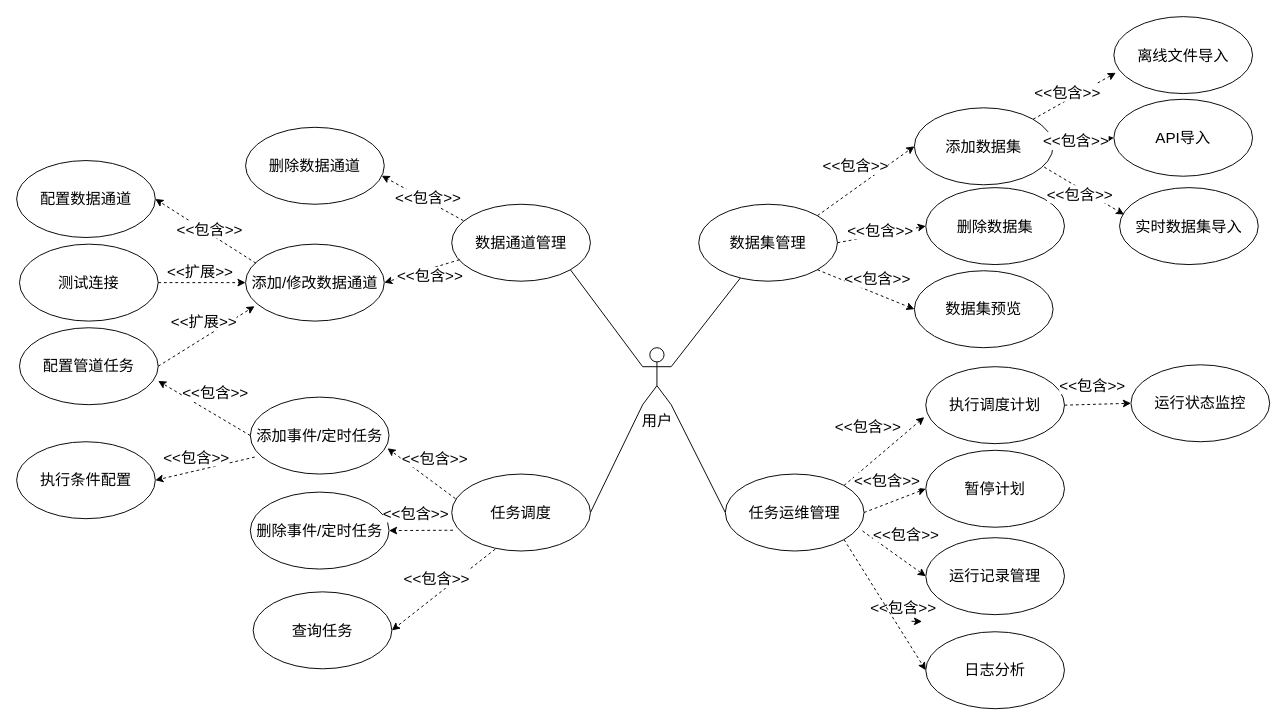
The draw.io diagram 数据开发与管理.drawio in nianqingdeguowang/python, before the edit. Source tidied: cells renumbered, new cells numbered last; positions are measured from the earlier drawing's top-left corner, leaving out a move shared by most shapes. Both pictures are drawn from the tidied source at 95%, with x=0, y=0 at pixel (16, 16).
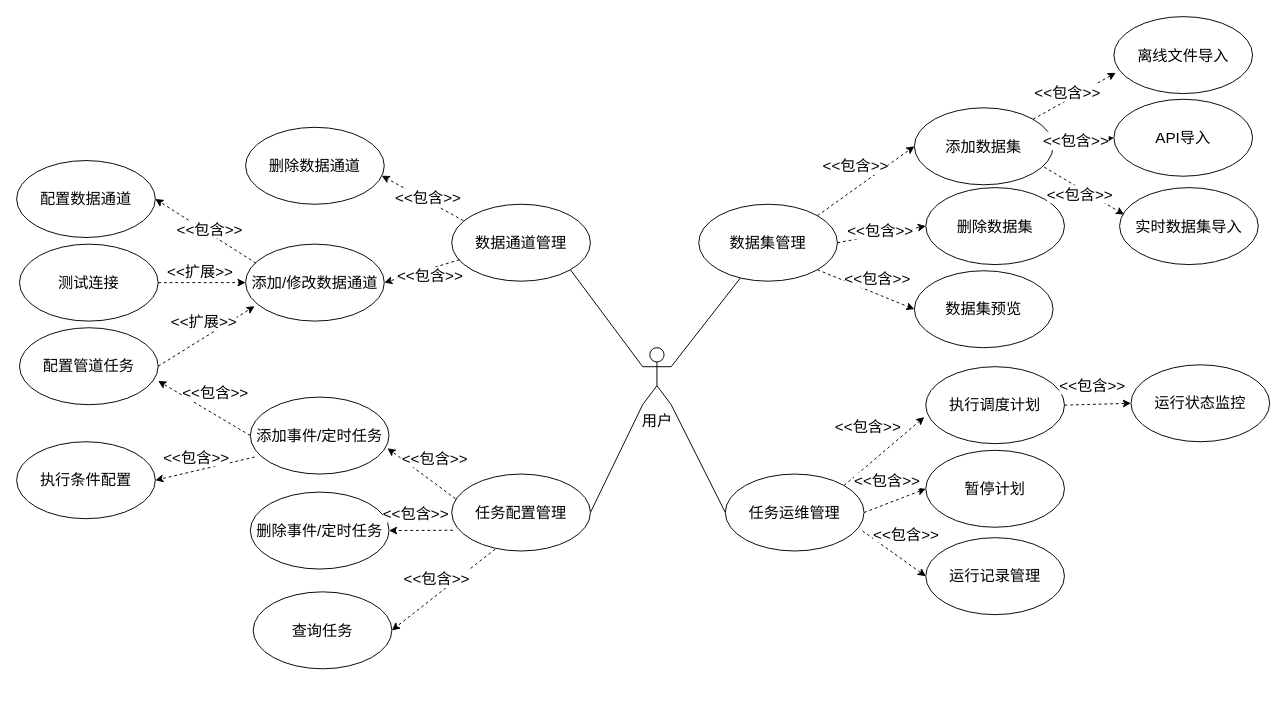
The same diagram, later.

Commit message:
更新数据开发与管理.drawio

Unchanged cells that the change refers to:
```xml
<mxCell id="12" value="&lt;font style=&quot;font-size: 16px;&quot;&gt;任务运维管理&lt;/font&gt;" style="ellipse;whiteSpace=wrap;html=1;fontSize=16;" parent="1" vertex="1">
  <mxGeometry x="746" y="481.5" width="146" height="81" as="geometry" />
</mxCell>
```

Change to the diagram source:
```diff
@@
-    <mxCell id="11" value="&lt;font style=&quot;font-size: 16px;&quot;&gt;任务调度&lt;/font&gt;" style="ellipse;whiteSpace=wrap;html=1;fontSize=16;" parent="1" vertex="1">
+    <mxCell id="11" value="&lt;font style=&quot;font-size: 16px;&quot;&gt;任务配置管理&lt;/font&gt;" style="ellipse;whiteSpace=wrap;html=1;fontSize=16;" parent="1" vertex="1">
       <mxGeometry x="458" y="481.5" width="146" height="81" as="geometry" />
     </mxCell>
@@
-    <mxCell id="62" value="&lt;font style=&quot;font-size: 16px;&quot;&gt;日志分析&lt;/font&gt;" style="ellipse;whiteSpace=wrap;html=1;fontSize=16;" parent="1" vertex="1">
-      <mxGeometry x="957" y="647.5" width="146" height="81" as="geometry" />
-    </mxCell>
@@
-    <mxCell id="69" value="&lt;span style=&quot;color: rgb(0, 0, 0); font-family: Helvetica; font-size: 16px; font-style: normal; font-variant-ligatures: normal; font-variant-caps: normal; font-weight: 400; letter-spacing: normal; orphans: 2; text-align: center; text-indent: 0px; text-transform: none; widows: 2; word-spacing: 0px; -webkit-text-stroke-width: 0px; background-color: rgb(255, 255, 255); text-decoration-style: initial; text-decoration-color: initial; float: none; display: inline !important;&quot;&gt;&amp;lt;&amp;lt;包含&amp;gt;&amp;gt;&lt;/span&gt;" style="text;whiteSpace=wrap;html=1;fontSize=16;" parent="1" vertex="1">
-      <mxGeometry x="897" y="605.5" width="90" height="31" as="geometry" />
-    </mxCell>
-    <mxCell id="70" style="edgeStyle=none;rounded=0;jettySize=auto;html=1;entryX=0;entryY=0.5;entryDx=0;entryDy=0;dashed=1;exitX=1;exitY=1;exitDx=0;exitDy=0;fontSize=16;" parent="1" edge="1" source="12" target="62">
-      <mxGeometry relative="1" as="geometry" />
-    </mxCell>
-    <mxCell id="71" style="edgeStyle=none;rounded=0;orthogonalLoop=1;jettySize=auto;html=1;exitX=0.5;exitY=1;exitDx=0;exitDy=0;entryX=0.623;entryY=1.005;entryDx=0;entryDy=0;entryPerimeter=0;fontSize=16;" parent="1" edge="1" source="69" target="69">
-      <mxGeometry relative="1" as="geometry" />
-    </mxCell>
```
